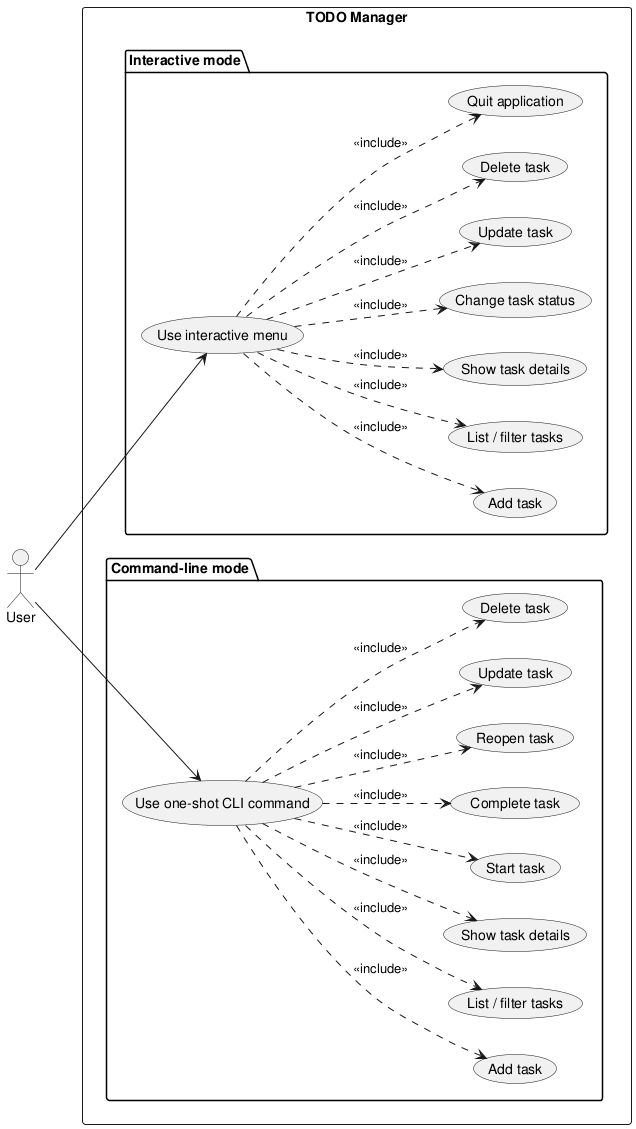
The PlantUML diagram experiments/broadcast/user_stories/TODO/artifacts/use_case_diagram.png in DanielRiha8906/Software_autoevolution_using_agents, before a commit.
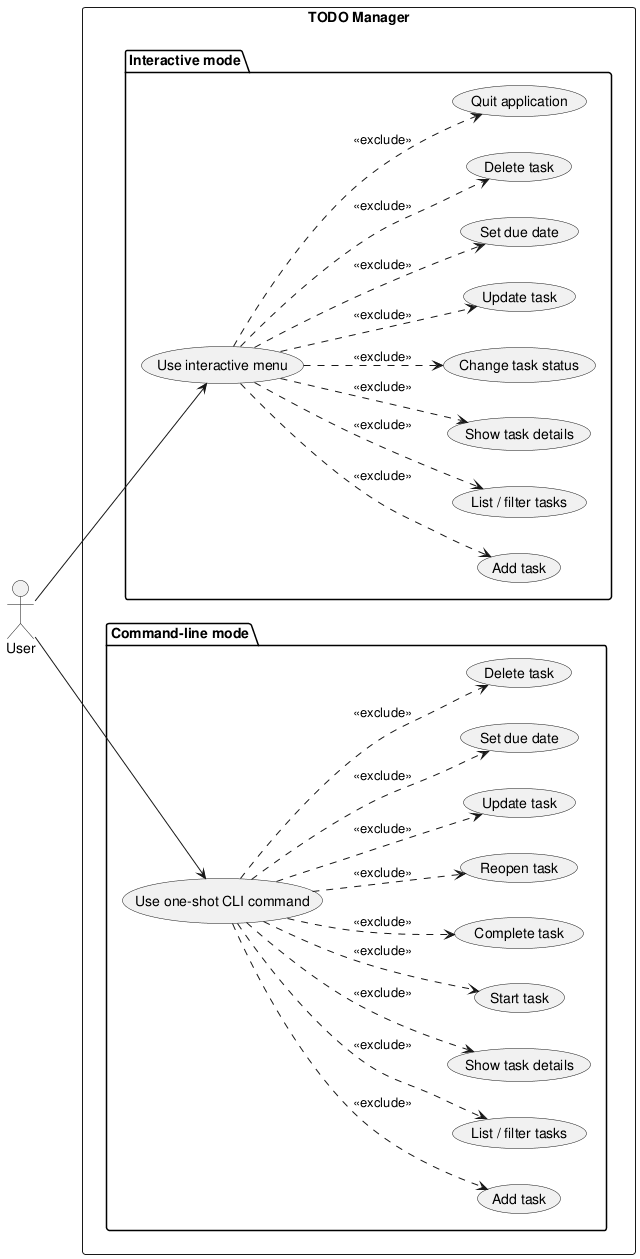
The same diagram one commit later.

The edit, as a diff of the source:
```diff
@@ -13,6 +13,7 @@
     usecase "Show task details" as I_SHOW
     usecase "Change task status" as I_STATUS
     usecase "Update task" as I_UPDATE
+    usecase "Set due date" as I_DUE_DATE
     usecase "Delete task" as I_DELETE
     usecase "Quit application" as I_QUIT
   }
@@ -26,6 +27,7 @@
     usecase "Complete task" as C_DONE
     usecase "Reopen task" as C_REOPEN
     usecase "Update task" as C_UPDATE
+    usecase "Set due date" as C_DUE_DATE
     usecase "Delete task" as C_DELETE
   }
 }
@@ -33,21 +35,23 @@
 User --> UI
 User --> CLI
 
-UI ..> I_ADD    : <<include>>
-UI ..> I_LIST   : <<include>>
-UI ..> I_SHOW   : <<include>>
-UI ..> I_STATUS : <<include>>
-UI ..> I_UPDATE : <<include>>
-UI ..> I_DELETE : <<include>>
-UI ..> I_QUIT   : <<include>>
+UI ..> I_ADD      : <<exclude>>
+UI ..> I_LIST     : <<exclude>>
+UI ..> I_SHOW     : <<exclude>>
+UI ..> I_STATUS   : <<exclude>>
+UI ..> I_UPDATE   : <<exclude>>
+UI ..> I_DUE_DATE : <<exclude>>
+UI ..> I_DELETE   : <<exclude>>
+UI ..> I_QUIT     : <<exclude>>
 
-CLI ..> C_ADD    : <<include>>
-CLI ..> C_LIST   : <<include>>
-CLI ..> C_SHOW   : <<include>>
-CLI ..> C_START  : <<include>>
-CLI ..> C_DONE   : <<include>>
-CLI ..> C_REOPEN : <<include>>
-CLI ..> C_UPDATE : <<include>>
-CLI ..> C_DELETE : <<include>>
+CLI ..> C_ADD      : <<exclude>>
+CLI ..> C_LIST     : <<exclude>>
+CLI ..> C_SHOW     : <<exclude>>
+CLI ..> C_START    : <<exclude>>
+CLI ..> C_DONE     : <<exclude>>
+CLI ..> C_REOPEN   : <<exclude>>
+CLI ..> C_UPDATE   : <<exclude>>
+CLI ..> C_DUE_DATE : <<exclude>>
+CLI ..> C_DELETE   : <<exclude>>
 
 @enduml
```
